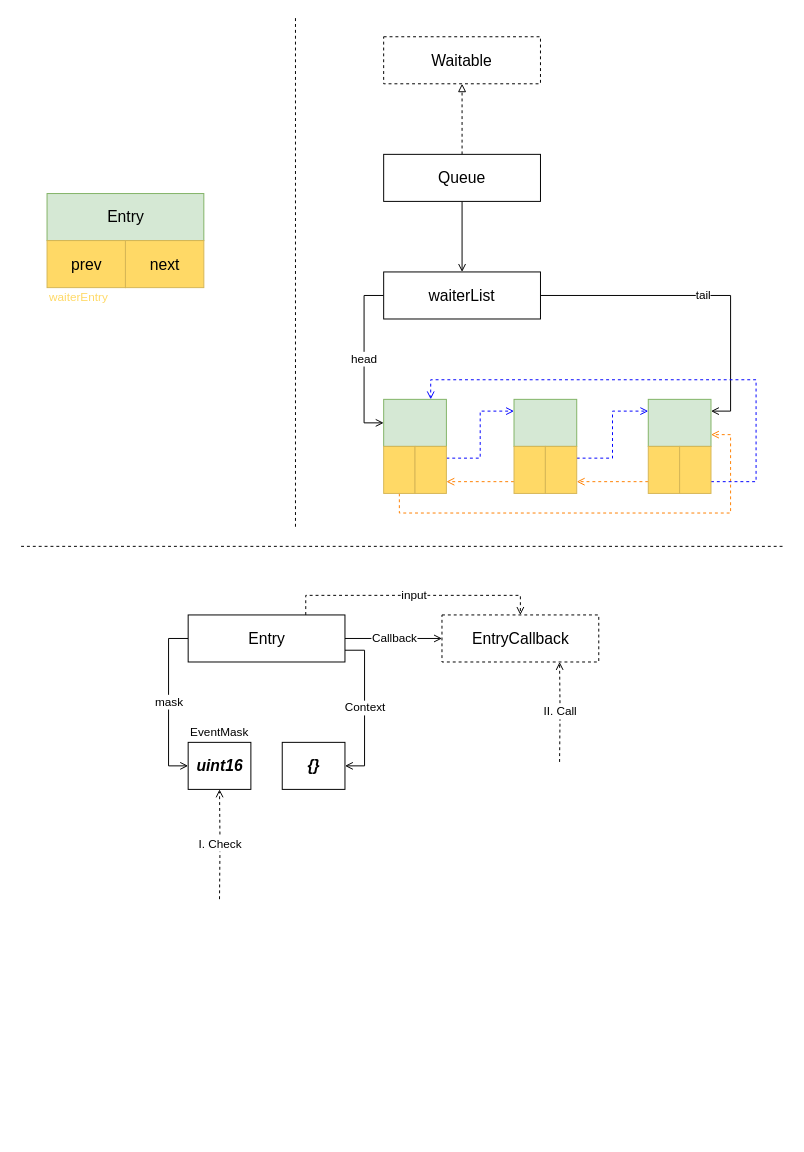
The draw.io diagram netstack/utility.drawio in silverswords/draw.io, before the edit. Source tidied: cells renumbered, new cells numbered last; positions are measured from the earlier drawing's top-left corner, leaving out a move shared by most shapes. Both pictures are drawn from the tidied source at 98%, with x=0, y=0 at pixel (21, 17).
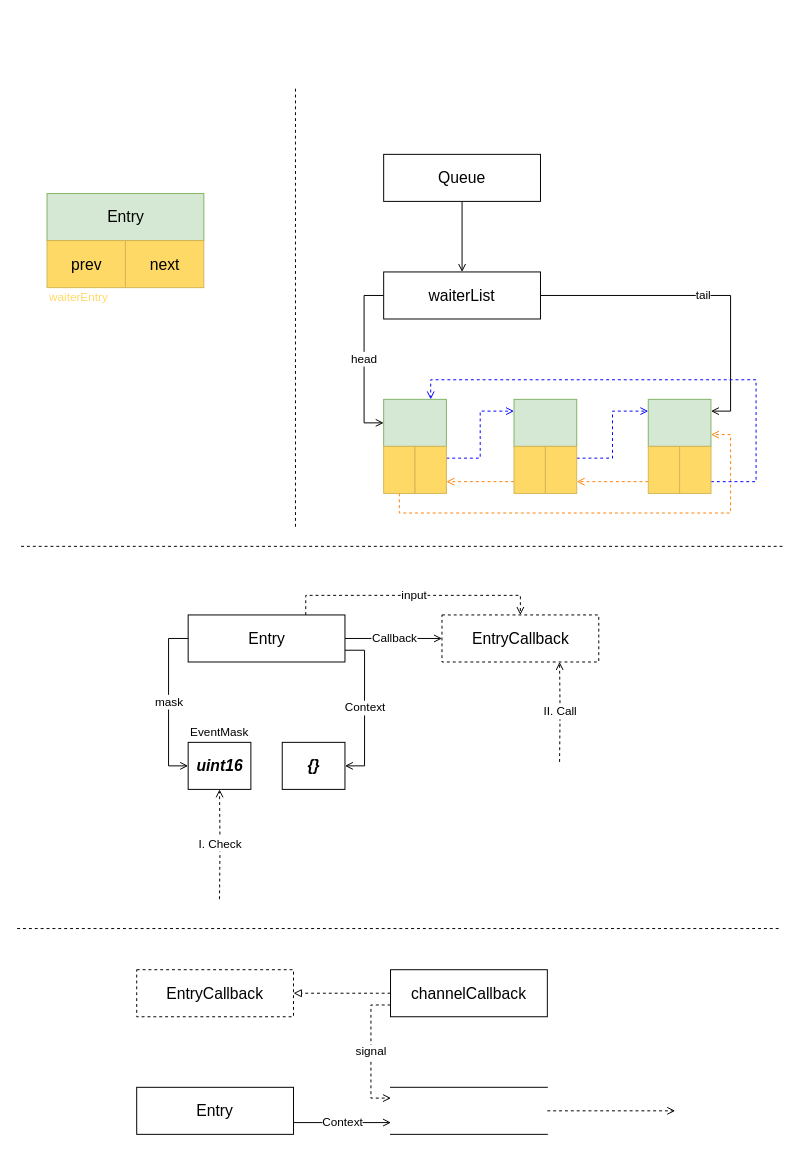
Above is the later version.

The change refers to these unchanged cells:
```xml
<mxCell id="4" value="Queue" style="rounded=0;whiteSpace=wrap;html=1;fontSize=16;" parent="1" vertex="1">
  <mxGeometry x="370" y="140" width="160" height="48" as="geometry" />
</mxCell>
```

What changed in the source:
```diff
@@
-    <mxCell id="3" style="edgeStyle=orthogonalEdgeStyle;rounded=0;jettySize=auto;html=1;exitX=0.5;exitY=0;exitDx=0;exitDy=0;entryX=0.5;entryY=1;entryDx=0;entryDy=0;dashed=1;endArrow=block;endFill=0;strokeColor=#000000;fontSize=12;fontColor=#000000;" parent="1" edge="1" source="4" target="38">
-      <mxGeometry relative="1" as="geometry" />
-    </mxCell>
@@
-    <mxCell id="38" value="Waitable" style="rounded=0;whiteSpace=wrap;html=1;fontSize=16;dashed=1;" parent="1" vertex="1">
-      <mxGeometry x="370" y="20" width="160" height="48" as="geometry" />
-    </mxCell>
@@
     <mxCell id="40" style="endArrow=none;dashed=1;html=1;strokeColor=#000000;fontSize=12;fontColor=#000000;" parent="1" edge="1">
       <mxGeometry relative="1" as="geometry">
         <mxPoint x="280" y="520" as="sourcePoint" />
-        <mxPoint x="280" as="targetPoint" />
+        <mxPoint x="280" y="70" as="targetPoint" />
       </mxGeometry>
     </mxCell>
+    <mxCell id="41" style="endArrow=none;dashed=1;html=1;strokeColor=#000000;fontSize=12;fontColor=#000000;" parent="1" edge="1">
+      <mxGeometry relative="1" as="geometry">
+        <mxPoint x="-4" y="930" as="sourcePoint" />
+        <mxPoint x="776" y="930" as="targetPoint" />
+      </mxGeometry>
+    </mxCell>
+    <mxCell id="42" value="EntryCallback" style="rounded=0;whiteSpace=wrap;html=1;fontSize=16;dashed=1;" parent="1" vertex="1">
+      <mxGeometry x="118" y="972" width="160" height="48" as="geometry" />
+    </mxCell>
+    <mxCell id="43" style="edgeStyle=orthogonalEdgeStyle;rounded=0;jettySize=auto;html=1;exitX=0;exitY=0.5;exitDx=0;exitDy=0;entryX=1;entryY=0.5;entryDx=0;entryDy=0;dashed=1;endArrow=block;endFill=0;strokeColor=#000000;fontSize=12;fontColor=#000000;" parent="1" edge="1" source="45" target="42">
+      <mxGeometry relative="1" as="geometry" />
+    </mxCell>
+    <mxCell id="44" value="signal" style="edgeStyle=orthogonalEdgeStyle;rounded=0;jettySize=auto;html=1;exitX=0;exitY=0.75;exitDx=0;exitDy=0;entryX=0.003;entryY=0.229;entryDx=0;entryDy=0;entryPerimeter=0;endArrow=open;endFill=0;strokeColor=#000000;fontSize=12;fontColor=#000000;dashed=1;" parent="1" edge="1" source="45" target="49">
+      <mxGeometry relative="1" as="geometry" />
+    </mxCell>
+    <mxCell id="45" value="channelCallback" style="rounded=0;whiteSpace=wrap;html=1;fontSize=16;" parent="1" vertex="1">
+      <mxGeometry x="377" y="972" width="160" height="48" as="geometry" />
+    </mxCell>
+    <mxCell id="46" value="Context" style="edgeStyle=orthogonalEdgeStyle;rounded=0;jettySize=auto;html=1;entryX=0.003;entryY=0.75;entryDx=0;entryDy=0;endArrow=open;endFill=0;strokeColor=#000000;fontSize=12;fontColor=#000000;entryPerimeter=0;exitX=1;exitY=0.75;exitDx=0;exitDy=0;" parent="1" edge="1" source="47" target="49">
+      <mxGeometry relative="1" as="geometry" />
+    </mxCell>
+    <mxCell id="47" value="Entry" style="rounded=0;whiteSpace=wrap;html=1;fontSize=16;" parent="1" vertex="1">
+      <mxGeometry x="118" y="1092" width="160" height="48" as="geometry" />
+    </mxCell>
+    <mxCell id="48" style="edgeStyle=orthogonalEdgeStyle;rounded=0;jettySize=auto;html=1;exitX=1;exitY=0.5;exitDx=0;exitDy=0;dashed=1;endArrow=open;endFill=0;strokeColor=#000000;fontSize=12;fontColor=#000000;" parent="1" edge="1" source="49">
+      <mxGeometry relative="1" as="geometry">
+        <mxPoint x="667.5" y="1116" as="targetPoint" />
+      </mxGeometry>
+    </mxCell>
+    <mxCell id="49" style="shape=partialRectangle;whiteSpace=wrap;html=1;left=0;right=0;fillColor=none;fontSize=12;fontColor=#000000;" parent="1" vertex="1">
+      <mxGeometry x="377" y="1092" width="160" height="48" as="geometry" />
+    </mxCell>
```
